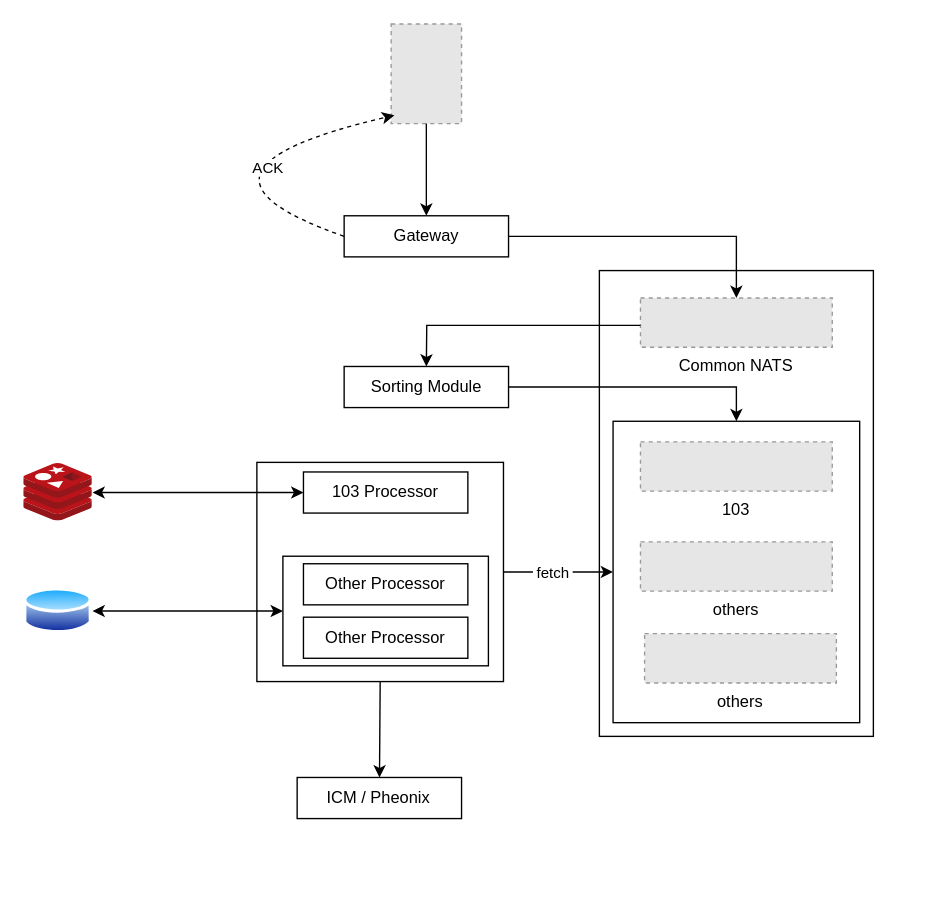
Earlier version of the draw.io diagram page "Phase 1B" (5 of 5) of AspireMain.drawio (zakk616/avanza-UMLs). Source tidied: cells renumbered, new cells numbered last; positions are measured from the earlier drawing's top-left corner, leaving out a move shared by most shapes. Both pictures are drawn from the tidied source at 137%, with x=0, y=0 at pixel (23, 23). Pictures stored in the file or linked from it are replaced by grey dashed boxes.
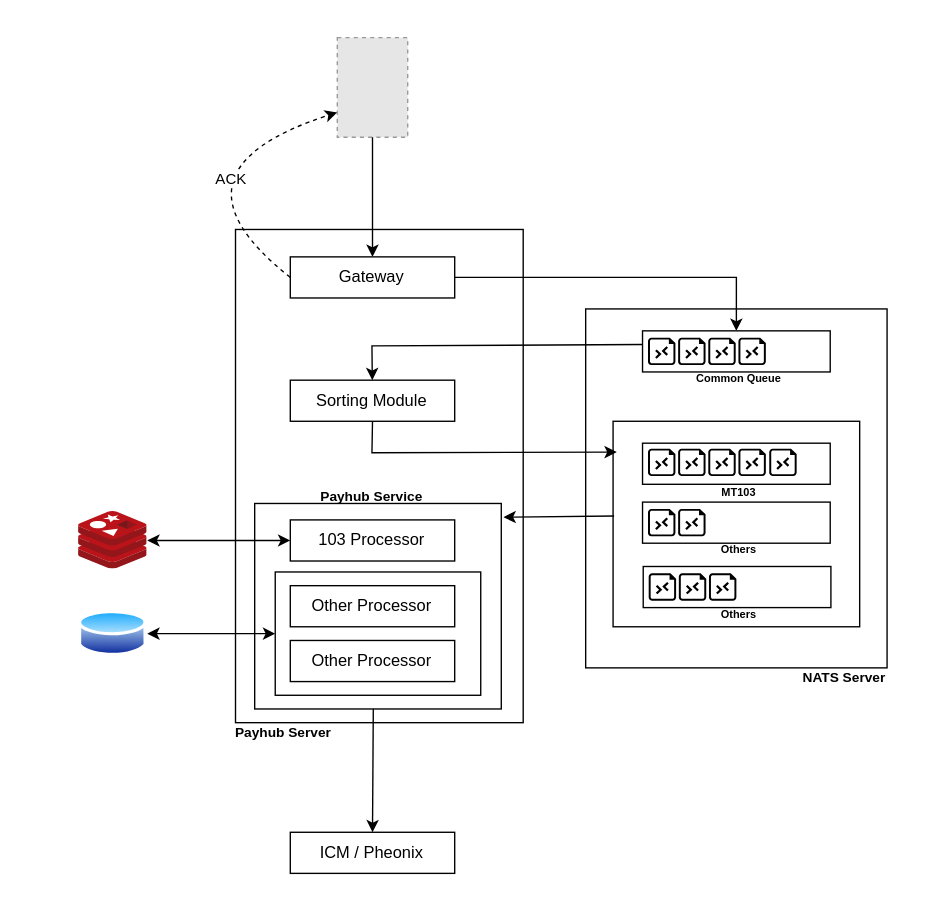
The same diagram, later.

What changed in the source:
```diff
@@
     <mxCell id="2" style="fillColor=#E6E6E6;strokeColor=#999999;dashed=1;verticalLabelPosition=bottom;labelBackgroundColor=default;verticalAlign=top;spacingTop=0;spacing=6;" parent="1" vertex="1">
-      <mxGeometry x="268" width="51.4" height="72.7" as="geometry" />
+      <mxGeometry x="228.7" y="10" width="51.4" height="72.7" as="geometry" />
     </mxCell>
-    <mxCell id="3" value="Gateway" style="rounded=0;whiteSpace=wrap;html=1;" parent="1" vertex="1">
-      <mxGeometry x="233.7" y="140" width="120" height="30" as="geometry" />
-    </mxCell>
-    <mxCell id="4" value="Sorting Module" style="rounded=0;whiteSpace=wrap;html=1;" parent="1" vertex="1">
-      <mxGeometry x="233.7" y="250" width="120" height="30" as="geometry" />
-    </mxCell>
-    <mxCell id="5" style="rounded=0;whiteSpace=wrap;html=1;" parent="1" vertex="1">
-      <mxGeometry x="170" y="320" width="180" height="160" as="geometry" />
-    </mxCell>
-    <mxCell id="6" value="103 Processor" style="rounded=0;whiteSpace=wrap;html=1;" parent="1" vertex="1">
-      <mxGeometry x="204" y="327" width="120" height="30" as="geometry" />
-    </mxCell>
     <mxCell id="7" style="rounded=0;whiteSpace=wrap;html=1;" parent="1" vertex="1">
-      <mxGeometry x="420" y="180" width="200" height="340" as="geometry" />
+      <mxGeometry x="410" y="208" width="220" height="262" as="geometry" />
     </mxCell>
-    <mxCell id="8" value="Common NATS" style="fillColor=#E6E6E6;strokeColor=#999999;dashed=1;verticalLabelPosition=bottom;labelBackgroundColor=default;verticalAlign=top;" parent="1" vertex="1">
-      <mxGeometry x="450" y="200" width="140" height="36" as="geometry" />
-    </mxCell>
     <mxCell id="9" style="image;sketch=0;html=1;points=[];align=center;fontSize=12;image=img/lib/mscae/Cache_Redis_Product.svg;" parent="1" vertex="1">
-      <mxGeometry y="321" width="50" height="42" as="geometry" />
+      <mxGeometry x="40" y="356" width="50" height="42" as="geometry" />
     </mxCell>
     <mxCell id="10" style="image;perimeter=ellipsePerimeter;html=1;align=center;shadow=0;dashed=0;spacingTop=3;image=img/lib/active_directory/database.svg;" parent="1" vertex="1">
-      <mxGeometry y="410" width="50" height="37" as="geometry" />
+      <mxGeometry x="40" y="426.5" width="50" height="37" as="geometry" />
     </mxCell>
     <mxCell id="11" style="rounded=0;whiteSpace=wrap;html=1;" parent="1" vertex="1">
-      <mxGeometry x="430" y="290" width="180" height="220" as="geometry" />
+      <mxGeometry x="430" y="290" width="180" height="150" as="geometry" />
     </mxCell>
-    <mxCell id="12" value="103" style="fillColor=#E6E6E6;strokeColor=#999999;dashed=1;verticalLabelPosition=bottom;labelBackgroundColor=default;verticalAlign=top;" parent="1" vertex="1">
-      <mxGeometry x="450" y="305" width="140" height="36" as="geometry" />
-    </mxCell>
-    <mxCell id="13" value="others" style="fillColor=#E6E6E6;strokeColor=#999999;dashed=1;verticalLabelPosition=bottom;labelBackgroundColor=default;verticalAlign=top;" parent="1" vertex="1">
-      <mxGeometry x="453" y="445" width="140" height="36" as="geometry" />
-    </mxCell>
-    <mxCell id="14" value="others" style="fillColor=#E6E6E6;strokeColor=#999999;dashed=1;verticalLabelPosition=bottom;labelBackgroundColor=default;verticalAlign=top;" parent="1" vertex="1">
-      <mxGeometry x="450" y="378" width="140" height="36" as="geometry" />
-    </mxCell>
-    <mxCell id="15" style="endArrow=classic;html=1;rounded=0;exitX=0.5;exitY=1;exitDx=0;exitDy=0;entryX=0.5;entryY=0;entryDx=0;entryDy=0;" parent="1" edge="1" source="2" target="3">
-      <mxGeometry relative="1" as="geometry" />
-    </mxCell>
-    <mxCell id="16" style="endArrow=classic;html=1;rounded=0;exitX=1;exitY=0.5;exitDx=0;exitDy=0;entryX=0.5;entryY=0;entryDx=0;entryDy=0;" parent="1" edge="1" source="3" target="8">
-      <mxGeometry relative="1" as="geometry">
-        <Array as="points">
-          <mxPoint x="520" y="155" />
-        </Array>
-      </mxGeometry>
-    </mxCell>
-    <mxCell id="17" style="endArrow=classic;html=1;rounded=0;entryX=0.5;entryY=0;entryDx=0;entryDy=0;" parent="1" edge="1" target="4">
-      <mxGeometry relative="1" as="geometry">
-        <mxPoint x="450" y="220" as="sourcePoint" />
-        <Array as="points">
-          <mxPoint x="294" y="220" />
-        </Array>
-      </mxGeometry>
-    </mxCell>
-    <mxCell id="18" style="endArrow=classic;html=1;rounded=0;exitX=1;exitY=0.5;exitDx=0;exitDy=0;entryX=0.5;entryY=0;entryDx=0;entryDy=0;" parent="1" edge="1" source="4" target="11">
-      <mxGeometry relative="1" as="geometry">
-        <Array as="points">
-          <mxPoint x="520" y="265" />
-        </Array>
-      </mxGeometry>
-    </mxCell>
+    <mxCell id="28" value="ICM / Pheonix" style="rounded=0;whiteSpace=wrap;html=1;" parent="1" vertex="1">
+      <mxGeometry x="194.4" y="590" width="120" height="30" as="geometry" />
+    </mxCell>
+    <mxCell id="30" style="rounded=0;whiteSpace=wrap;html=1;" parent="1" vertex="1">
+      <mxGeometry x="154.4" y="150" width="210" height="360" as="geometry" />
+    </mxCell>
+    <mxCell id="3" value="Gateway" style="rounded=0;whiteSpace=wrap;html=1;" parent="1" vertex="1">
+      <mxGeometry x="194.4" y="170" width="120" height="30" as="geometry" />
+    </mxCell>
+    <mxCell id="4" value="Sorting Module" style="rounded=0;whiteSpace=wrap;html=1;" parent="1" vertex="1">
+      <mxGeometry x="194.4" y="260" width="120" height="30" as="geometry" />
+    </mxCell>
+    <mxCell id="31" style="rounded=0;whiteSpace=wrap;html=1;" parent="1" vertex="1">
+      <mxGeometry x="168.4" y="350" width="180" height="150" as="geometry" />
+    </mxCell>
+    <mxCell id="6" value="103 Processor" style="rounded=0;whiteSpace=wrap;html=1;fontStyle=0;" parent="1" vertex="1">
+      <mxGeometry x="194.4" y="362" width="120" height="30" as="geometry" />
+    </mxCell>
+    <mxCell id="32" style="rounded=0;whiteSpace=wrap;html=1;" parent="1" vertex="1">
+      <mxGeometry x="183.4" y="400" width="150" height="90" as="geometry" />
+    </mxCell>
+    <mxCell id="33" value="Other Processor" style="rounded=0;whiteSpace=wrap;html=1;" parent="1" vertex="1">
+      <mxGeometry x="194.4" y="450" width="120" height="30" as="geometry" />
+    </mxCell>
+    <mxCell id="34" value="Other Processor" style="rounded=0;whiteSpace=wrap;html=1;" parent="1" vertex="1">
+      <mxGeometry x="194.4" y="410" width="120" height="30" as="geometry" />
+    </mxCell>
+    <mxCell id="35" style="endArrow=classic;html=1;rounded=0;exitX=0;exitY=0.5;exitDx=0;exitDy=0;" parent="1" edge="1" target="4">
+      <mxGeometry relative="1" as="geometry">
+        <mxPoint x="451.5" y="234" as="sourcePoint" />
+        <Array as="points">
+          <mxPoint x="254" y="235" />
+        </Array>
+      </mxGeometry>
+    </mxCell>
+    <mxCell id="36" style="endArrow=classic;html=1;rounded=0;entryX=0.5;entryY=0;entryDx=0;entryDy=0;" parent="1" edge="1" source="3" target="56">
+      <mxGeometry relative="1" as="geometry">
+        <Array as="points">
+          <mxPoint x="520" y="185" />
+        </Array>
+      </mxGeometry>
+    </mxCell>
+    <mxCell id="21" style="endArrow=classic;startArrow=classic;html=1;rounded=0;" parent="1" edge="1" source="9" target="6">
+      <mxGeometry relative="1" as="geometry" />
+    </mxCell>
+    <mxCell id="37" style="endArrow=classic;startArrow=classic;html=1;rounded=0;" parent="1" edge="1" source="10" target="32">
+      <mxGeometry relative="1" as="geometry" />
+    </mxCell>
-    <mxCell id="19" style="curved=1;endArrow=classic;html=1;rounded=0;exitX=0;exitY=0.5;exitDx=0;exitDy=0;entryX=0.045;entryY=0.917;entryDx=0;entryDy=0;entryPerimeter=0;dashed=1;" parent="1" edge="1" source="3" target="2">
+    <mxCell id="19" style="curved=1;endArrow=classic;html=1;rounded=0;exitX=0;exitY=0.5;exitDx=0;exitDy=0;entryX=0;entryY=0.75;entryDx=0;entryDy=0;dashed=1;" parent="1" edge="1" source="3" target="2">
       <mxGeometry relative="1" as="geometry">
         <Array as="points">
           <mxPoint x="96" y="107.3" />
         </Array>
       </mxGeometry>
     </mxCell>
     <mxCell id="20" value="ACK" style="edgeLabel;html=1;align=center;verticalAlign=middle;" parent="19" vertex="1">
-      <mxGeometry x="0.39" y="-16" relative="1" as="geometry" />
+      <mxGeometry x="0.33" y="-22" relative="1" as="geometry" />
     </mxCell>
-    <mxCell id="21" style="endArrow=classic;startArrow=classic;html=1;rounded=0;entryX=0;entryY=0.5;entryDx=0;entryDy=0;" parent="1" edge="1" source="9" target="6">
-      <mxGeometry relative="1" as="geometry" />
-    </mxCell>
-    <mxCell id="22" style="rounded=0;whiteSpace=wrap;html=1;" parent="1" vertex="1">
-      <mxGeometry x="189" y="388.5" width="150" height="80" as="geometry" />
-    </mxCell>
-    <mxCell id="23" value="Other Processor" style="rounded=0;whiteSpace=wrap;html=1;" parent="1" vertex="1">
-      <mxGeometry x="204" y="433" width="120" height="30" as="geometry" />
-    </mxCell>
-    <mxCell id="24" value="Other Processor" style="rounded=0;whiteSpace=wrap;html=1;" parent="1" vertex="1">
-      <mxGeometry x="204" y="394" width="120" height="30" as="geometry" />
-    </mxCell>
-    <mxCell id="25" style="endArrow=classic;startArrow=classic;html=1;rounded=0;exitX=1;exitY=0.5;exitDx=0;exitDy=0;entryX=0;entryY=0.5;entryDx=0;entryDy=0;" parent="1" edge="1" source="10" target="22">
-      <mxGeometry relative="1" as="geometry" />
-    </mxCell>
-    <mxCell id="26" style="endArrow=classic;html=1;rounded=0;exitX=1;exitY=0.5;exitDx=0;exitDy=0;entryX=0;entryY=0.5;entryDx=0;entryDy=0;" parent="1" edge="1" source="5" target="11">
-      <mxGeometry relative="1" as="geometry" />
-    </mxCell>
-    <mxCell id="27" value="&amp;nbsp;fetch&amp;nbsp;" style="edgeLabel;html=1;align=center;verticalAlign=middle;" parent="26" vertex="1">
-      <mxGeometry x="-0.29" relative="1" as="geometry">
-        <mxPoint x="7" as="offset" />
-      </mxGeometry>
-    </mxCell>
-    <mxCell id="28" value="ICM / Pheonix" style="rounded=0;whiteSpace=wrap;html=1;" parent="1" vertex="1">
-      <mxGeometry x="199.4" y="550" width="120" height="30" as="geometry" />
-    </mxCell>
-    <mxCell id="29" style="endArrow=classic;html=1;rounded=0;exitX=0.5;exitY=1;exitDx=0;exitDy=0;" parent="1" edge="1" source="5" target="28">
-      <mxGeometry relative="1" as="geometry" />
-    </mxCell>
+    <mxCell id="38" value="Payhub Service" style="text;html=1;strokeColor=none;fillColor=none;align=center;verticalAlign=middle;whiteSpace=wrap;rounded=0;fontSize=10;fontStyle=1;" parent="1" vertex="1">
+      <mxGeometry x="207.2" y="330" width="94.4" height="30" as="geometry" />
+    </mxCell>
+    <mxCell id="39" value="Payhub Server" style="text;html=1;strokeColor=none;fillColor=none;align=center;verticalAlign=middle;whiteSpace=wrap;rounded=0;fontStyle=1;fontSize=10;" parent="1" vertex="1">
+      <mxGeometry x="150.2" y="502" width="78.8" height="30" as="geometry" />
+    </mxCell>
+    <mxCell id="40" value="NATS Server" style="text;html=1;strokeColor=none;fillColor=none;align=center;verticalAlign=middle;whiteSpace=wrap;rounded=0;fontStyle=1;fontSize=10;" parent="1" vertex="1">
+      <mxGeometry x="553" y="462" width="92" height="30" as="geometry" />
+    </mxCell>
+    <mxCell id="41" style="endArrow=classic;html=1;rounded=0;entryX=0.5;entryY=0;entryDx=0;entryDy=0;exitX=0.481;exitY=0.999;exitDx=0;exitDy=0;exitPerimeter=0;" parent="1" edge="1" source="31" target="28">
+      <mxGeometry relative="1" as="geometry" />
+    </mxCell>
+    <mxCell id="42" style="rounded=0;whiteSpace=wrap;html=1;" parent="1" vertex="1">
+      <mxGeometry x="451.5" y="306" width="137" height="30" as="geometry" />
+    </mxCell>
+    <mxCell id="43" style="verticalLabelPosition=bottom;html=1;verticalAlign=top;align=center;strokeColor=none;fillColor=#000000;shape=mxgraph.azure.rdp_remoting_file;strokeWidth=1;" parent="1" vertex="1">
+      <mxGeometry x="455.5" y="310" width="20" height="20" as="geometry" />
+    </mxCell>
+    <mxCell id="44" style="verticalLabelPosition=bottom;html=1;verticalAlign=top;align=center;strokeColor=none;fillColor=#000000;shape=mxgraph.azure.rdp_remoting_file;strokeWidth=1;" parent="1" vertex="1">
+      <mxGeometry x="477.5" y="310" width="20" height="20" as="geometry" />
+    </mxCell>
+    <mxCell id="45" style="verticalLabelPosition=bottom;html=1;verticalAlign=top;align=center;strokeColor=none;fillColor=#000000;shape=mxgraph.azure.rdp_remoting_file;strokeWidth=1;" parent="1" vertex="1">
+      <mxGeometry x="499.5" y="310" width="20" height="20" as="geometry" />
+    </mxCell>
+    <mxCell id="46" value="MT103" style="text;html=1;strokeColor=none;fillColor=none;align=center;verticalAlign=middle;whiteSpace=wrap;rounded=0;fontSize=8;fontStyle=1;" parent="1" vertex="1">
+      <mxGeometry x="486.5" y="327" width="70" height="30" as="geometry" />
+    </mxCell>
+    <mxCell id="47" style="rounded=0;whiteSpace=wrap;html=1;" parent="1" vertex="1">
+      <mxGeometry x="451.5" y="349" width="137" height="30" as="geometry" />
+    </mxCell>
+    <mxCell id="48" style="verticalLabelPosition=bottom;html=1;verticalAlign=top;align=center;strokeColor=none;fillColor=#000000;shape=mxgraph.azure.rdp_remoting_file;strokeWidth=1;" parent="1" vertex="1">
+      <mxGeometry x="455.5" y="354" width="20" height="20" as="geometry" />
+    </mxCell>
+    <mxCell id="49" style="verticalLabelPosition=bottom;html=1;verticalAlign=top;align=center;strokeColor=none;fillColor=#000000;shape=mxgraph.azure.rdp_remoting_file;strokeWidth=1;" parent="1" vertex="1">
+      <mxGeometry x="477.5" y="354" width="20" height="20" as="geometry" />
+    </mxCell>
+    <mxCell id="50" value="Others" style="text;html=1;strokeColor=none;fillColor=none;align=center;verticalAlign=middle;whiteSpace=wrap;rounded=0;fontSize=8;fontStyle=1;" parent="1" vertex="1">
+      <mxGeometry x="486.5" y="369" width="70" height="30" as="geometry" />
+    </mxCell>
+    <mxCell id="51" style="rounded=0;whiteSpace=wrap;html=1;" parent="1" vertex="1">
+      <mxGeometry x="452" y="396" width="137" height="30" as="geometry" />
+    </mxCell>
+    <mxCell id="52" style="verticalLabelPosition=bottom;html=1;verticalAlign=top;align=center;strokeColor=none;fillColor=#000000;shape=mxgraph.azure.rdp_remoting_file;strokeWidth=1;" parent="1" vertex="1">
+      <mxGeometry x="456" y="401" width="20" height="20" as="geometry" />
+    </mxCell>
+    <mxCell id="53" style="verticalLabelPosition=bottom;html=1;verticalAlign=top;align=center;strokeColor=none;fillColor=#000000;shape=mxgraph.azure.rdp_remoting_file;strokeWidth=1;" parent="1" vertex="1">
+      <mxGeometry x="478" y="401" width="20" height="20" as="geometry" />
+    </mxCell>
+    <mxCell id="54" style="verticalLabelPosition=bottom;html=1;verticalAlign=top;align=center;strokeColor=none;fillColor=#000000;shape=mxgraph.azure.rdp_remoting_file;strokeWidth=1;" parent="1" vertex="1">
+      <mxGeometry x="500" y="401" width="20" height="20" as="geometry" />
+    </mxCell>
+    <mxCell id="55" value="Others" style="text;html=1;strokeColor=none;fillColor=none;align=center;verticalAlign=middle;whiteSpace=wrap;rounded=0;fontSize=8;fontStyle=1;" parent="1" vertex="1">
+      <mxGeometry x="487" y="416" width="70" height="30" as="geometry" />
+    </mxCell>
+    <mxCell id="56" style="rounded=0;whiteSpace=wrap;html=1;" parent="1" vertex="1">
+      <mxGeometry x="451.5" y="224" width="137" height="30" as="geometry" />
+    </mxCell>
+    <mxCell id="57" style="verticalLabelPosition=bottom;html=1;verticalAlign=top;align=center;strokeColor=none;fillColor=#000000;shape=mxgraph.azure.rdp_remoting_file;strokeWidth=1;" parent="1" vertex="1">
+      <mxGeometry x="455.5" y="229" width="20" height="20" as="geometry" />
+    </mxCell>
+    <mxCell id="58" style="verticalLabelPosition=bottom;html=1;verticalAlign=top;align=center;strokeColor=none;fillColor=#000000;shape=mxgraph.azure.rdp_remoting_file;strokeWidth=1;" parent="1" vertex="1">
+      <mxGeometry x="477.5" y="229" width="20" height="20" as="geometry" />
+    </mxCell>
+    <mxCell id="59" style="verticalLabelPosition=bottom;html=1;verticalAlign=top;align=center;strokeColor=none;fillColor=#000000;shape=mxgraph.azure.rdp_remoting_file;strokeWidth=1;" parent="1" vertex="1">
+      <mxGeometry x="499.5" y="229" width="20" height="20" as="geometry" />
+    </mxCell>
+    <mxCell id="60" style="verticalLabelPosition=bottom;html=1;verticalAlign=top;align=center;strokeColor=none;fillColor=#000000;shape=mxgraph.azure.rdp_remoting_file;strokeWidth=1;" parent="1" vertex="1">
+      <mxGeometry x="521.5" y="229" width="20" height="20" as="geometry" />
+    </mxCell>
+    <mxCell id="61" value="Common Queue" style="text;html=1;strokeColor=none;fillColor=none;align=center;verticalAlign=middle;whiteSpace=wrap;rounded=0;fontSize=8;fontStyle=1;" parent="1" vertex="1">
+      <mxGeometry x="486.5" y="244" width="70" height="30" as="geometry" />
+    </mxCell>
+    <mxCell id="18" style="endArrow=classic;html=1;rounded=0;entryX=0.015;entryY=0.15;entryDx=0;entryDy=0;entryPerimeter=0;exitX=0.5;exitY=1;exitDx=0;exitDy=0;" parent="1" edge="1" source="4" target="11">
+      <mxGeometry relative="1" as="geometry">
+        <Array as="points">
+          <mxPoint x="254" y="313" />
+        </Array>
+      </mxGeometry>
+    </mxCell>
+    <mxCell id="62" style="endArrow=classic;html=1;rounded=0;exitX=0.004;exitY=0.461;exitDx=0;exitDy=0;exitPerimeter=0;" parent="1" edge="1" source="11">
+      <mxGeometry relative="1" as="geometry">
+        <mxPoint x="350" y="360" as="targetPoint" />
+      </mxGeometry>
+    </mxCell>
+    <mxCell id="15" style="endArrow=classic;html=1;rounded=0;exitX=0.5;exitY=1;exitDx=0;exitDy=0;entryX=0.5;entryY=0;entryDx=0;entryDy=0;" parent="1" edge="1" source="2" target="3">
+      <mxGeometry relative="1" as="geometry" />
+    </mxCell>
+    <mxCell id="63" style="verticalLabelPosition=bottom;html=1;verticalAlign=top;align=center;strokeColor=none;fillColor=#000000;shape=mxgraph.azure.rdp_remoting_file;strokeWidth=1;" parent="1" vertex="1">
+      <mxGeometry x="521.5" y="310" width="20" height="20" as="geometry" />
+    </mxCell>
+    <mxCell id="64" style="verticalLabelPosition=bottom;html=1;verticalAlign=top;align=center;strokeColor=none;fillColor=#000000;shape=mxgraph.azure.rdp_remoting_file;strokeWidth=1;" parent="1" vertex="1">
+      <mxGeometry x="544" y="310" width="20" height="20" as="geometry" />
+    </mxCell>
```
